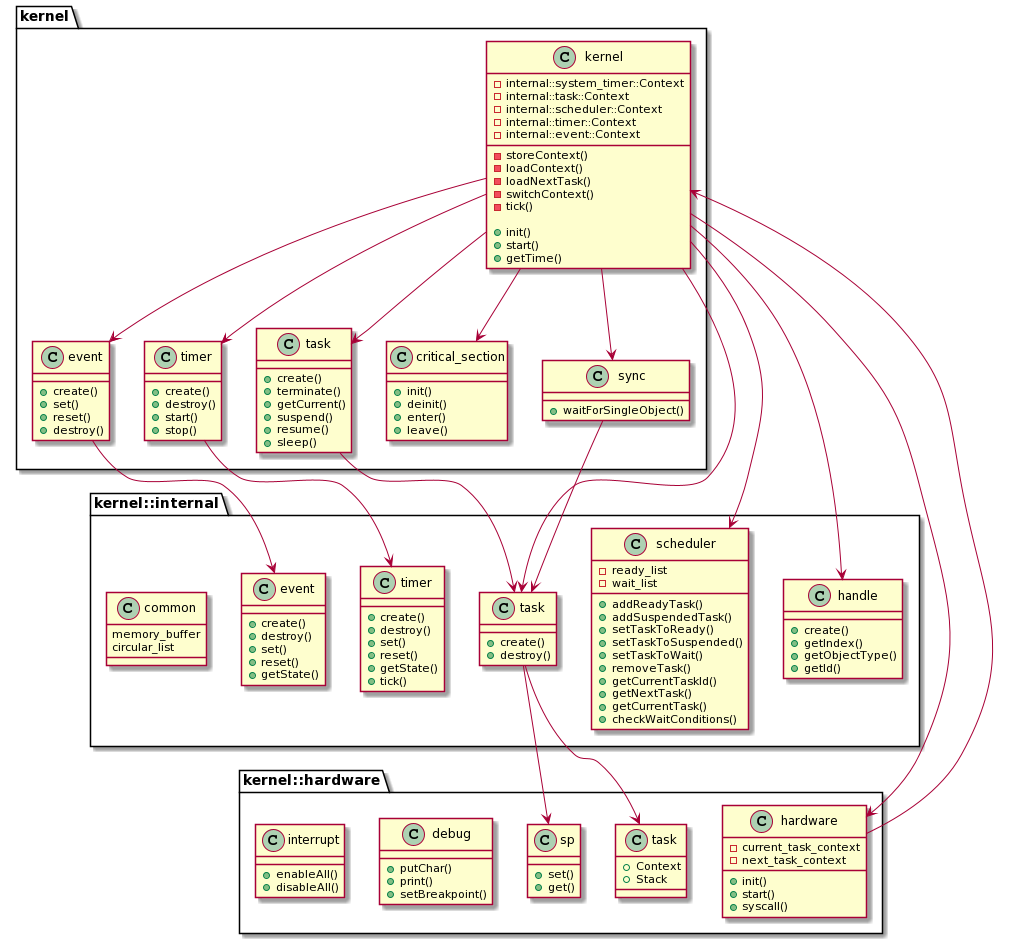
This is doc/arch.png from t4th/cortex-m3-rtos, a PlantUML export, as it was before one commit.
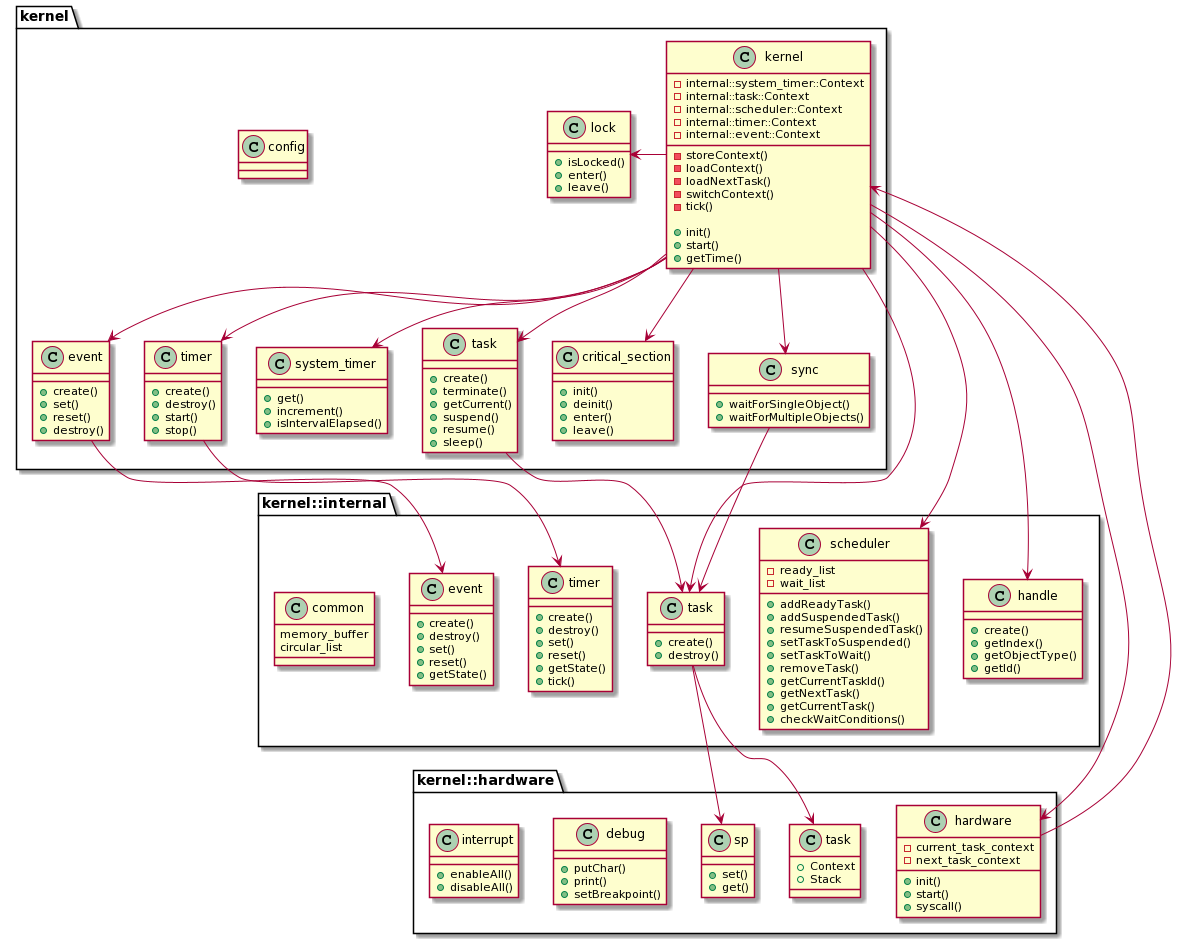
The same diagram one commit later.

What changed in the source:
```diff
@@ -18,8 +18,10 @@
 + start()
 + getTime()
 }
+
+kernel::kernel -d-> kernel::system_timer
+kernel::kernel -l-> kernel::lock
 kernel::kernel -> kernel::hardware::hardware
-kernel::kernel -> kernel::internal::task
 kernel::kernel -d-> kernel::task
 kernel::kernel -d-> kernel::critical_section
 kernel::kernel -d-> kernel::event
@@ -28,6 +30,22 @@
 
 kernel::kernel -d-> kernel::internal::scheduler
 kernel::kernel -d-> kernel::internal::handle
+
+class kernel::config
+{
+}
+
+class kernel::system_timer {
++get()
++increment()
++isIntervalElapsed()
+}
+
+class kernel::lock {
++isLocked()
++enter()
++leave()
+}
 
 class kernel::task {
  +create()
@@ -49,9 +67,11 @@
 
 class kernel::sync {
 +waitForSingleObject()
++waitForMultipleObjects()
 }
 
 kernel::sync -d-> kernel::internal::task
+kernel::kernel -> kernel::internal::task
 
 class kernel::event {
 +create()
@@ -90,7 +110,7 @@
 - wait_list
 + addReadyTask()
 + addSuspendedTask()
-+ setTaskToReady()
++ resumeSuspendedTask()
 + setTaskToSuspended()
 + setTaskToWait()
 + removeTask()
```
